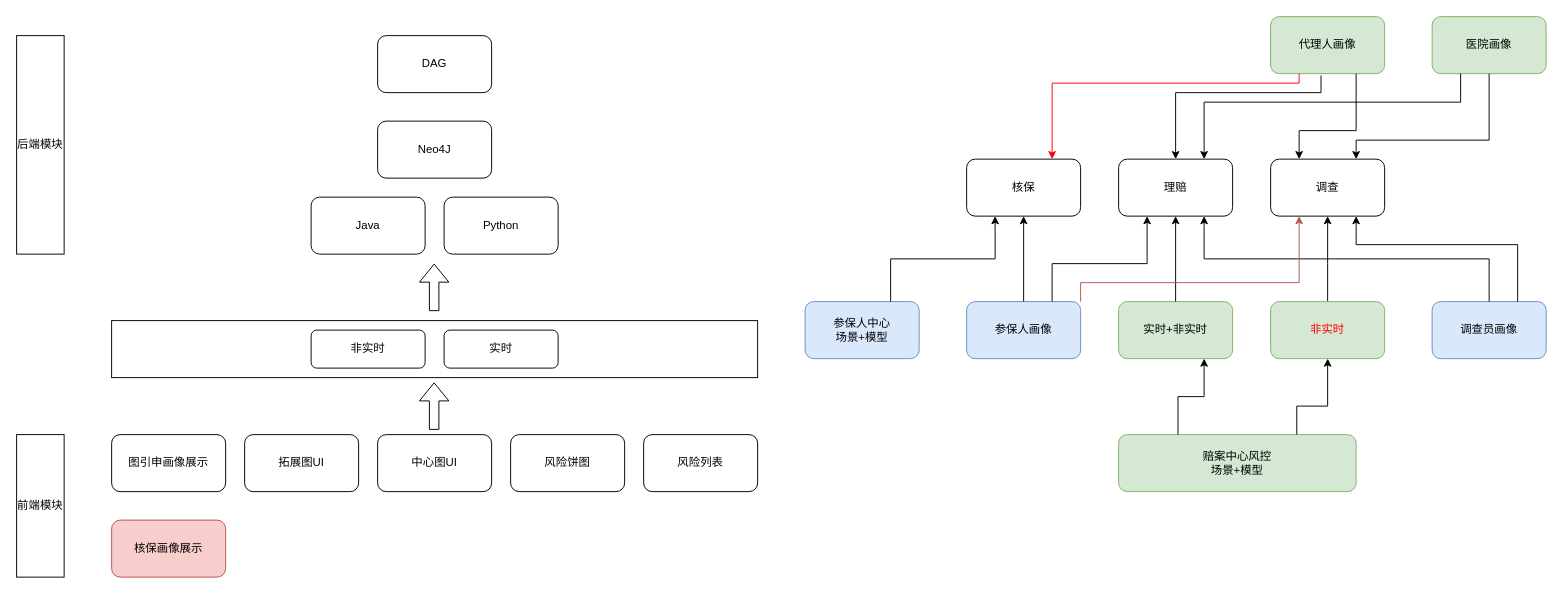
XiaoLiuAI/diagrams keeps this draw.io diagram as 太平/太平模块图.drawio. Above is the earlier version. Source tidied: cells renumbered, new cells numbered last; positions are measured from the earlier drawing's top-left corner, leaving out a move shared by most shapes. Both pictures are drawn from the tidied source at 95%, with x=0, y=0 at pixel (16, 16).
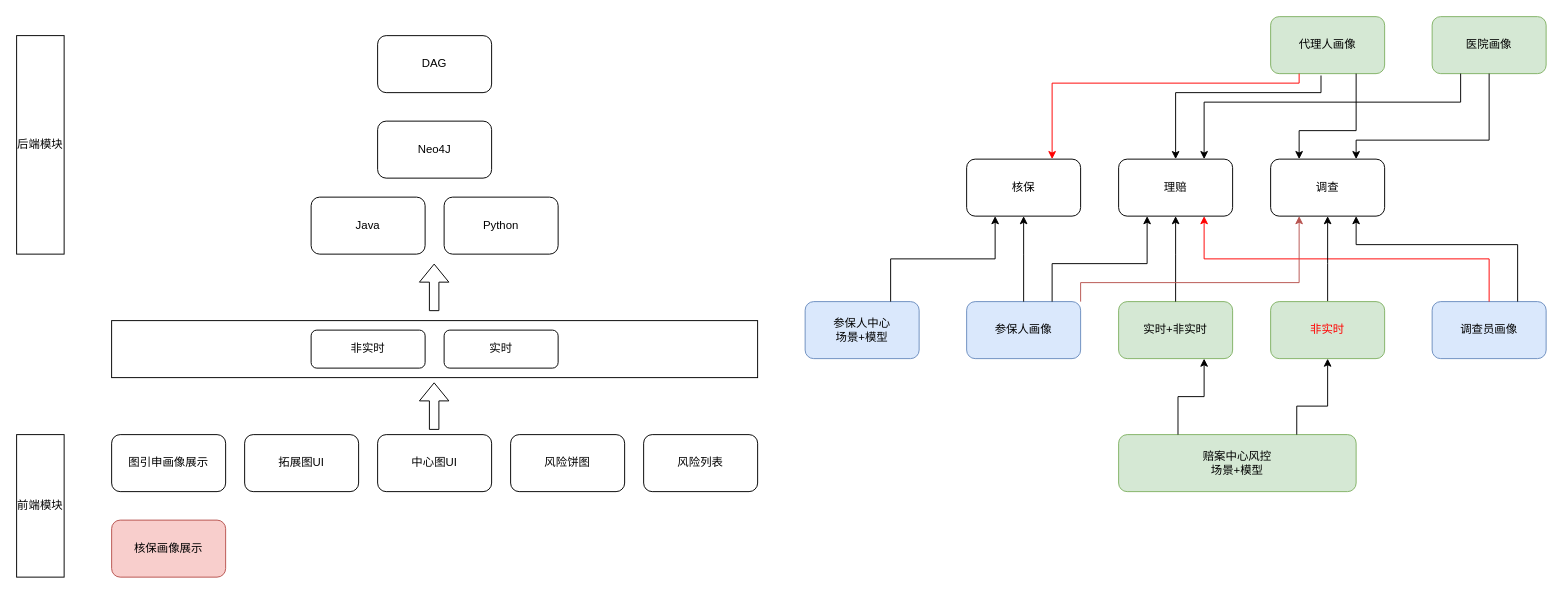
The same diagram, later.

Commit message (it also covers changes not shown here):
更新太平模块图.drawio

Unchanged cells that the change refers to:
```xml
<mxCell id="3" value="理赔" style="rounded=1;whiteSpace=wrap;html=1;" parent="1" vertex="1">
  <mxGeometry x="1160" y="150" width="120" height="60" as="geometry" />
</mxCell>
<mxCell id="5" value="调查员画像" style="rounded=1;whiteSpace=wrap;html=1;fillColor=#dae8fc;strokeColor=#6c8ebf;" parent="1" vertex="1">
  <mxGeometry x="1490" y="300" width="120" height="60" as="geometry" />
</mxCell>
```

Change to the diagram source:
```diff
@@
-    <mxCell id="6" style="edgeStyle=elbowEdgeStyle;elbow=vertical;endArrow=classic;html=1;rounded=0;entryX=0.75;entryY=1;entryDx=0;entryDy=0;exitX=0.5;exitY=0;exitDx=0;exitDy=0;" parent="1" edge="1" source="5" target="3">
+    <mxCell id="6" style="edgeStyle=elbowEdgeStyle;elbow=vertical;endArrow=classic;html=1;rounded=0;entryX=0.75;entryY=1;entryDx=0;entryDy=0;exitX=0.5;exitY=0;exitDx=0;exitDy=0;strokeColor=#FF0000;" parent="1" edge="1" source="5" target="3">
       <mxGeometry relative="1" as="geometry" />
     </mxCell>
```
